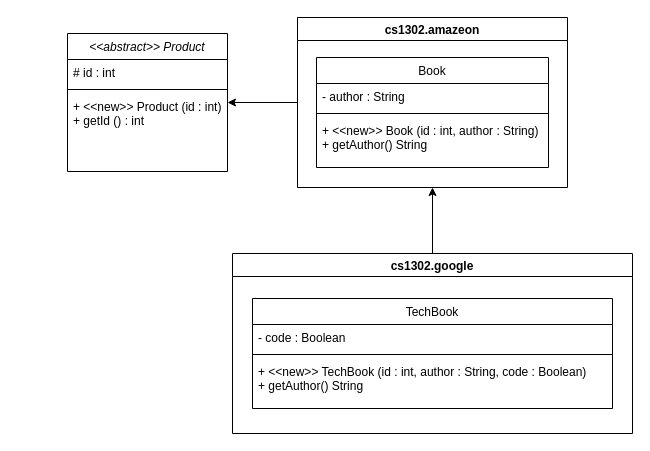
This is Untitled Diagram.drawio from Zeno240/vitals, a draw.io file, before an edit. Source tidied: cells renumbered, new cells numbered last; positions are measured from the earlier drawing's top-left corner, leaving out a move shared by most shapes. Both pictures are drawn from the tidied source at 100%, with x=0, y=0 at pixel (67, 17).
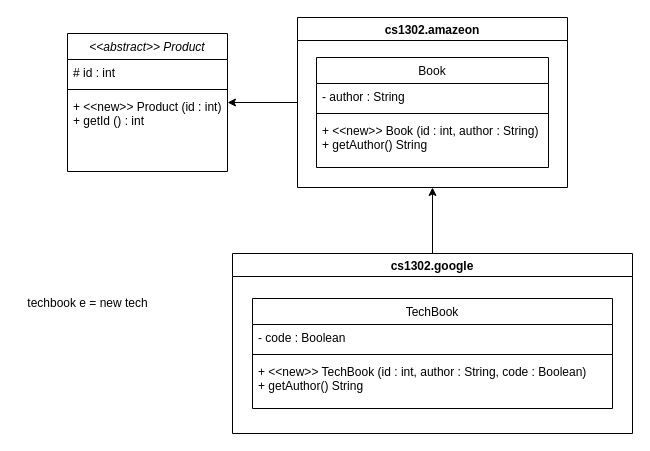
The same page after the edit.

Change to the diagram source:
```diff
@@
 <mxGraphModel>
   <root>
     <mxCell id="0" />
     <mxCell id="1" parent="0" />
     <mxCell id="2" value="&lt;&lt;abstract&gt;&gt; Product" style="swimlane;fontStyle=2;align=center;verticalAlign=top;horizontal=1;startSize=26;rounded=0;shadow=0;strokeWidth=1;" parent="1" vertex="1">
       <mxGeometry y="16" width="160" height="138" as="geometry" />
     </mxCell>
     <mxCell id="3" value="# id : int" style="text;align=left;verticalAlign=top;spacingLeft=4;spacingRight=4;overflow=hidden;" parent="2" vertex="1">
       <mxGeometry y="26" width="160" height="26" as="geometry" />
     </mxCell>
     <mxCell id="4" style="line;html=1;strokeWidth=1;align=left;verticalAlign=middle;spacingTop=-1;spacingLeft=3;spacingRight=3;labelPosition=right;" parent="2" vertex="1">
       <mxGeometry y="52" width="160" height="8" as="geometry" />
     </mxCell>
     <mxCell id="5" value="+ &lt;&lt;new&gt;&gt; Product (id : int) &#10;+ getId () : int&#10;" style="text;align=left;verticalAlign=top;spacingLeft=4;spacingRight=4;overflow=hidden;" parent="2" vertex="1">
       <mxGeometry y="60" width="160" height="70" as="geometry" />
     </mxCell>
     <mxCell id="6" style="edgeStyle=orthogonalEdgeStyle;rounded=0;jettySize=auto;html=1;" parent="1" edge="1" source="7" target="2">
       <mxGeometry relative="1" as="geometry" />
     </mxCell>
     <mxCell id="7" value="cs1302.amazeon" style="swimlane;" parent="1" vertex="1">
       <mxGeometry x="230" width="270" height="170" as="geometry" />
     </mxCell>
     <mxCell id="8" value="Book" style="swimlane;fontStyle=0;align=center;verticalAlign=top;horizontal=1;startSize=26;rounded=0;shadow=0;strokeWidth=1;" parent="7" vertex="1">
       <mxGeometry x="19" y="40" width="232" height="110" as="geometry" />
     </mxCell>
     <mxCell id="9" value="- author : String" style="text;align=left;verticalAlign=top;spacingLeft=4;spacingRight=4;overflow=hidden;" parent="8" vertex="1">
       <mxGeometry y="26" width="232" height="26" as="geometry" />
     </mxCell>
     <mxCell id="10" style="line;html=1;strokeWidth=1;align=left;verticalAlign=middle;spacingTop=-1;spacingLeft=3;spacingRight=3;labelPosition=right;" parent="8" vertex="1">
       <mxGeometry y="52" width="232" height="8" as="geometry" />
     </mxCell>
     <mxCell id="11" value="+ &lt;&lt;new&gt;&gt; Book (id : int, author : String)&#10;+ getAuthor() String&#10;" style="text;align=left;verticalAlign=top;spacingLeft=4;spacingRight=4;overflow=hidden;" parent="8" vertex="1">
       <mxGeometry y="60" width="232" height="50" as="geometry" />
     </mxCell>
     <mxCell id="12" style="edgeStyle=orthogonalEdgeStyle;rounded=0;jettySize=auto;html=1;entryX=0.5;entryY=1;entryDx=0;entryDy=0;" parent="1" edge="1" source="13" target="7">
       <mxGeometry relative="1" as="geometry" />
     </mxCell>
     <mxCell id="13" value="cs1302.google" style="swimlane;" parent="1" vertex="1">
       <mxGeometry x="165" y="236" width="400" height="180" as="geometry" />
     </mxCell>
     <mxCell id="14" value="TechBook" style="swimlane;fontStyle=0;align=center;verticalAlign=top;horizontal=1;startSize=26;rounded=0;shadow=0;strokeWidth=1;" parent="13" vertex="1">
       <mxGeometry x="20" y="45" width="360" height="110" as="geometry" />
     </mxCell>
     <mxCell id="15" value="- code : Boolean" style="text;align=left;verticalAlign=top;spacingLeft=4;spacingRight=4;overflow=hidden;" parent="14" vertex="1">
       <mxGeometry y="26" width="360" height="26" as="geometry" />
     </mxCell>
     <mxCell id="16" style="line;html=1;strokeWidth=1;align=left;verticalAlign=middle;spacingTop=-1;spacingLeft=3;spacingRight=3;labelPosition=right;" parent="14" vertex="1">
       <mxGeometry y="52" width="360" height="8" as="geometry" />
     </mxCell>
     <mxCell id="17" value="+ &lt;&lt;new&gt;&gt; TechBook (id : int, author : String, code : Boolean) &#10;+ getAuthor() String&#10;" style="text;align=left;verticalAlign=top;spacingLeft=4;spacingRight=4;overflow=hidden;" parent="14" vertex="1">
       <mxGeometry y="60" width="360" height="50" as="geometry" />
     </mxCell>
+    <mxCell id="18" value="techbook e = new tech" style="text;html=1;align=center;verticalAlign=middle;strokeColor=none;fillColor=none;" parent="1" vertex="1">
+      <mxGeometry x="-50" y="276" width="140" height="20" as="geometry" />
+    </mxCell>
   </root>
 </mxGraphModel>
```
